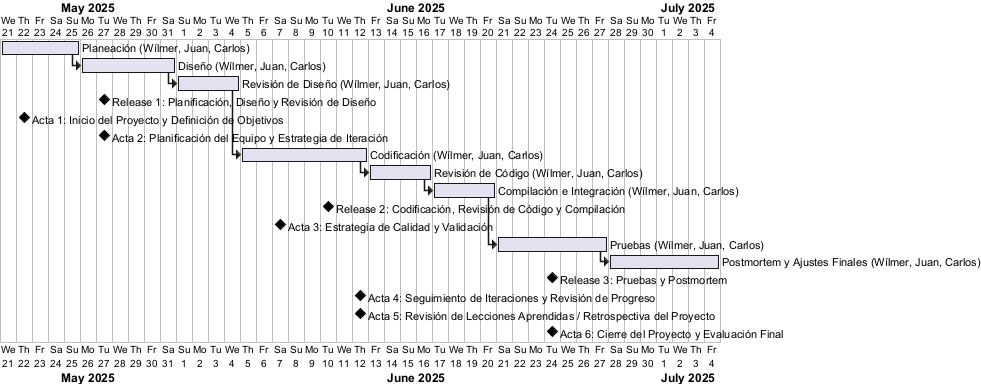
The PlantUML diagram Diagramas/PNG/calendario.png in wilmereleon/PlenaStudio, before a commit.
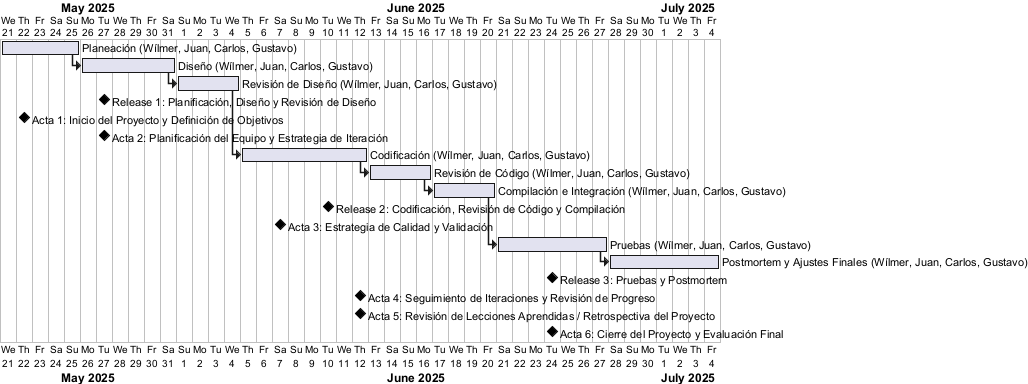
Above is the later version.

Commit message:
Inserción de usuario Gustavo a calendario

Diff of the diagram source:
```diff
@@ -1,32 +1,32 @@
 @startgantt
 Project starts 2025-05-21
 
-[Planeación (Wílmer, Juan, Carlos)] lasts 5 days
-[Diseño (Wílmer, Juan, Carlos)] lasts 6 days
-[Diseño (Wílmer, Juan, Carlos)] starts at [Planeación (Wílmer, Juan, Carlos)]'s end
-[Revisión de Diseño (Wílmer, Juan, Carlos)] lasts 4 days
-[Revisión de Diseño (Wílmer, Juan, Carlos)] starts at [Diseño (Wílmer, Juan, Carlos)]'s end
+[Planeación (Wílmer, Juan, Carlos, Gustavo)] lasts 5 days
+[Diseño (Wílmer, Juan, Carlos, Gustavo)] lasts 6 days
+[Diseño (Wílmer, Juan, Carlos, Gustavo)] starts at [Planeación (Wílmer, Juan, Carlos, Gustavo)]'s end
+[Revisión de Diseño (Wílmer, Juan, Carlos, Gustavo)] lasts 4 days
+[Revisión de Diseño (Wílmer, Juan, Carlos, Gustavo)] starts at [Diseño (Wílmer, Juan, Carlos, Gustavo)]'s end
 
 [Release 1: Planificación, Diseño y Revisión de Diseño] happens on 2025-05-27
 
 [Acta 1: Inicio del Proyecto y Definición de Objetivos] happens on 2025-05-22
 [Acta 2: Planificación del Equipo y Estrategia de Iteración] happens on 2025-05-27
 
-[Codificación (Wílmer, Juan, Carlos)] lasts 8 days
-[Codificación (Wílmer, Juan, Carlos)] starts at [Revisión de Diseño (Wílmer, Juan, Carlos)]'s end
-[Revisión de Código (Wílmer, Juan, Carlos)] lasts 4 days
-[Revisión de Código (Wílmer, Juan, Carlos)] starts at [Codificación (Wílmer, Juan, Carlos)]'s end
-[Compilación e Integración (Wílmer, Juan, Carlos)] lasts 4 days
-[Compilación e Integración (Wílmer, Juan, Carlos)] starts at [Revisión de Código (Wílmer, Juan, Carlos)]'s end
+[Codificación (Wílmer, Juan, Carlos, Gustavo)] lasts 8 days
+[Codificación (Wílmer, Juan, Carlos, Gustavo)] starts at [Revisión de Diseño (Wílmer, Juan, Carlos, Gustavo)]'s end
+[Revisión de Código (Wílmer, Juan, Carlos, Gustavo)] lasts 4 days
+[Revisión de Código (Wílmer, Juan, Carlos, Gustavo)] starts at [Codificación (Wílmer, Juan, Carlos, Gustavo)]'s end
+[Compilación e Integración (Wílmer, Juan, Carlos, Gustavo)] lasts 4 days
+[Compilación e Integración (Wílmer, Juan, Carlos, Gustavo)] starts at [Revisión de Código (Wílmer, Juan, Carlos, Gustavo)]'s end
 
 [Release 2: Codificación, Revisión de Código y Compilación] happens on 2025-06-10
 
 [Acta 3: Estrategia de Calidad y Validación] happens on 2025-06-07
 
-[Pruebas (Wílmer, Juan, Carlos)] lasts 7 days
-[Pruebas (Wílmer, Juan, Carlos)] starts at [Compilación e Integración (Wílmer, Juan, Carlos)]'s end
-[Postmortem y Ajustes Finales (Wílmer, Juan, Carlos)] lasts 7 days
-[Postmortem y Ajustes Finales (Wílmer, Juan, Carlos)] starts at [Pruebas (Wílmer, Juan, Carlos)]'s end
+[Pruebas (Wílmer, Juan, Carlos, Gustavo)] lasts 7 days
+[Pruebas (Wílmer, Juan, Carlos, Gustavo)] starts at [Compilación e Integración (Wílmer, Juan, Carlos, Gustavo)]'s end
+[Postmortem y Ajustes Finales (Wílmer, Juan, Carlos, Gustavo)] lasts 7 days
+[Postmortem y Ajustes Finales (Wílmer, Juan, Carlos, Gustavo)] starts at [Pruebas (Wílmer, Juan, Carlos, Gustavo)]'s end
 
 [Release 3: Pruebas y Postmortem] happens on 2025-06-24
 
```
